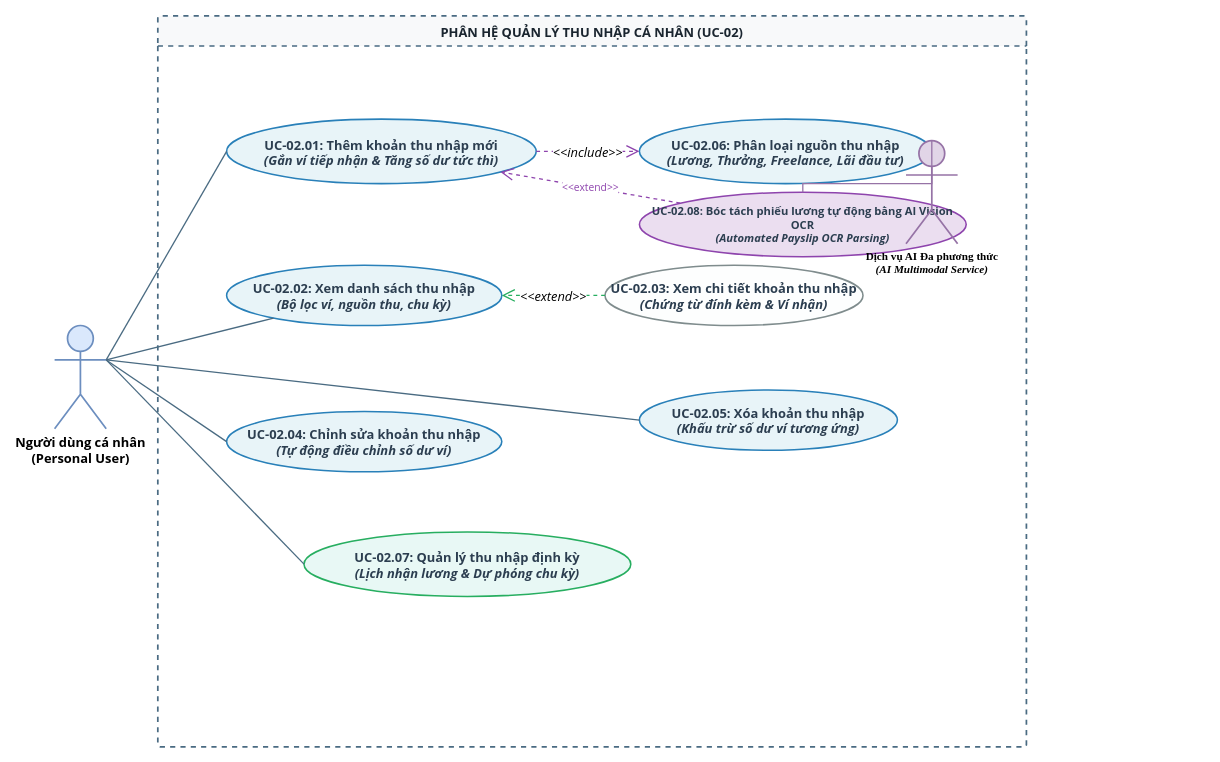
The draw.io diagram page "UCD 02 - Thu Nhập" (3 of 10) of files/UCD-DuoNoPro.drawio in Datgh37/analyze-system-subject, before the edit. Source tidied: cells renumbered, new cells numbered last; positions are measured from the earlier drawing's top-left corner, leaving out a move shared by most shapes. Both pictures are drawn from the tidied source at 86%, with x=0, y=0 at pixel (54, 15).
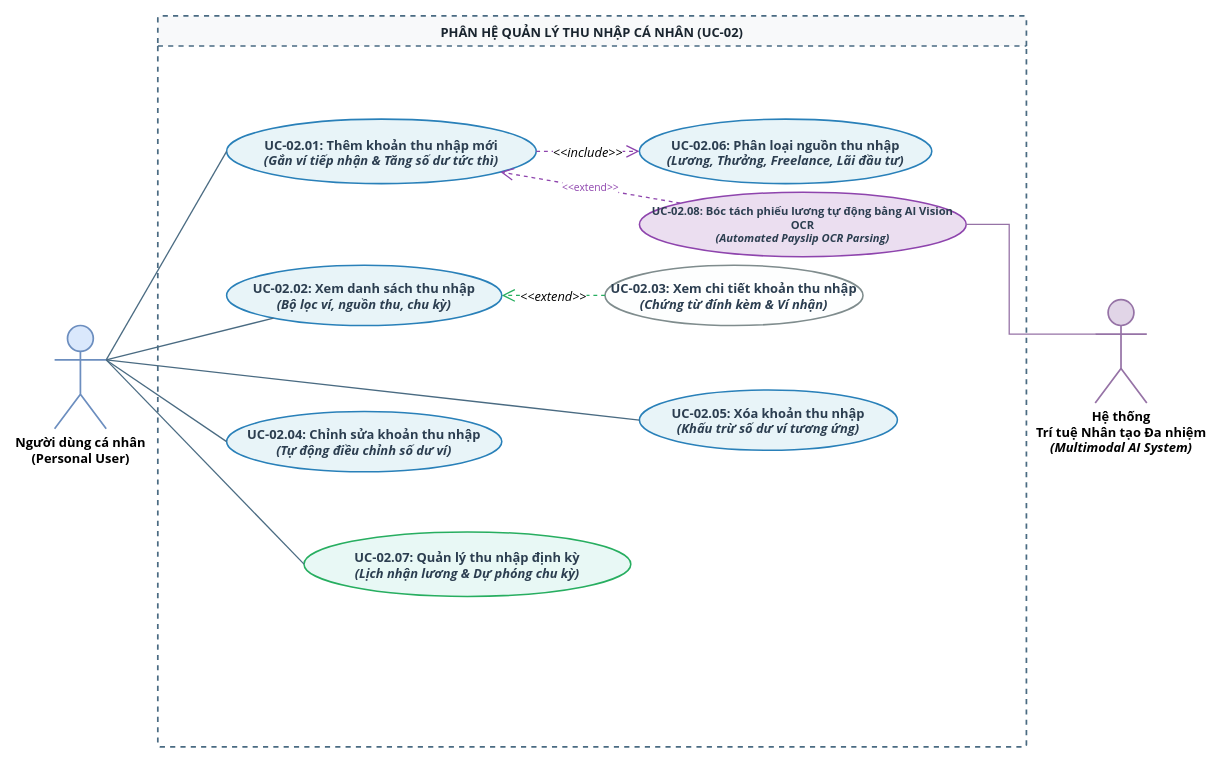
The same page after the edit.

Unchanged cells that the change refers to:
```xml
<mxCell id="11" value="&lt;b&gt;UC-02.08:&lt;/b&gt; Bóc tách phiếu lương tự động bằng AI Vision OCR&lt;br&gt;&lt;i&gt;(Automated Payslip OCR Parsing)&lt;/i&gt;" style="ellipse;whiteSpace=wrap;html=1;fillColor=#ebdef0;strokeColor=#8e44ad;strokeWidth=1.8;fontFamily=Segoe UI, Arial, sans-serif;fontSize=13;fontStyle=1;fontColor=#2c3e50;" parent="3" vertex="1">
  <mxGeometry x="560" y="205" width="380" height="75" as="geometry" />
</mxCell>
```

Diff of the diagram source:
```diff
@@
-    <mxCell id="20" value="&lt;b&gt;Dịch vụ AI Đa phương thức&lt;/b&gt;&lt;br&gt;&lt;i&gt;(AI Multimodal Service)&lt;/i&gt;" style="shape=umlActor;verticalLabelPosition=bottom;verticalAlign=top;html=1;outlineConnect=0;fillColor=#e1d5e7;strokeColor=#9673a6;strokeWidth=2;fontFamily=Times New Roman;fontSize=13;fontStyle=1;" parent="1" vertex="1">
-      <mxGeometry x="990" y="145" width="60" height="120" as="geometry" />
-    </mxCell>
-    <mxCell id="21" style="endArrow=none;html=1;strokeColor=#9673a6;strokeWidth=1.5;edgeStyle=orthogonalEdgeStyle;rounded=0;" parent="1" edge="1" source="11" target="20">
-      <mxGeometry relative="1" as="geometry" />
+    <mxCell id="21" style="endArrow=none;html=1;strokeColor=#9673a6;strokeWidth=1.5;edgeStyle=orthogonalEdgeStyle;rounded=0;entryX=0;entryY=0.3333333333333333;entryDx=0;entryDy=0;entryPerimeter=0;" parent="1" edge="1" source="11" target="22">
+      <mxGeometry relative="1" as="geometry">
+        <Array as="points">
+          <mxPoint x="1110" y="242.5" />
+          <mxPoint x="1110" y="370" />
+        </Array>
+      </mxGeometry>
     </mxCell>
+    <mxCell id="22" value="&lt;b&gt;Hệ thống &lt;br&gt;Trí tuệ Nhân tạo Đa nhiệm&lt;/b&gt;&lt;br&gt;&lt;i&gt;(Multimodal AI System)&lt;/i&gt;" style="shape=umlActor;verticalLabelPosition=bottom;verticalAlign=top;html=1;outlineConnect=0;fillColor=#e1d5e7;strokeColor=#9673a6;strokeWidth=2;fontFamily=Segoe UI, Arial, sans-serif;fontSize=15;fontStyle=1;" parent="1" vertex="1">
+      <mxGeometry x="1210" y="330" width="60" height="120" as="geometry" />
+    </mxCell>
```
